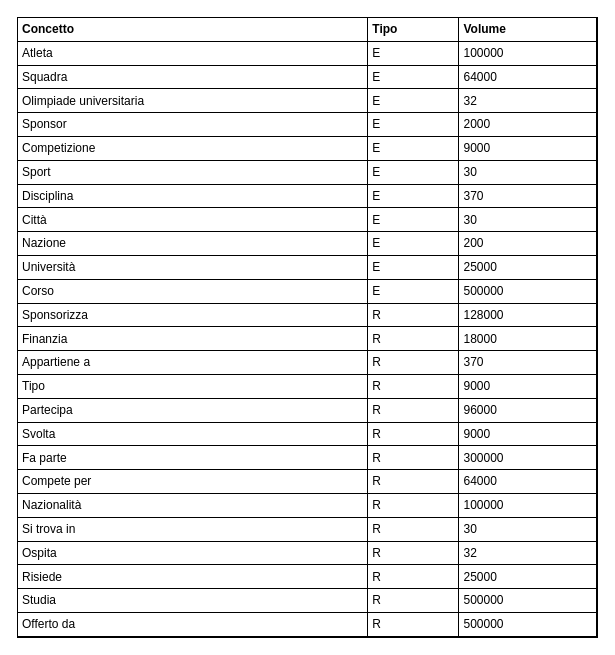
Before: page "Volumi" (4 of 6) of Olimpiadi studentesche.drawio in giovannivelludo/database-project, a draw.io diagram. Source tidied: cells renumbered, new cells numbered last; positions are measured from the earlier drawing's top-left corner, leaving out a move shared by most shapes. Both pictures are drawn from the tidied source at 100%, with x=0, y=0 at pixel (17, 17).
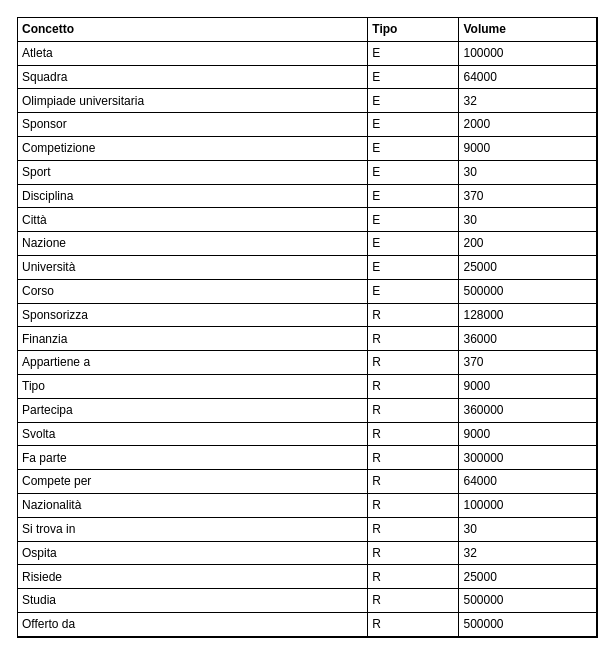
After the change.

Change to the diagram source:
```diff
@@
 <mxGraphModel>
   <root>
     <mxCell id="0" />
     <mxCell id="1" parent="0" />
-    <mxCell id="2" value="&lt;table style=&quot;width: 100% ; height: 100% ; border-collapse: collapse ; border: 1px solid rgb(0 , 0 , 0)&quot; width=&quot;100%&quot; cellpadding=&quot;4&quot; border=&quot;1&quot; align=&quot;left&quot;&gt;&lt;tbody&gt;&lt;tr style=&quot;color: rgb(255 , 255 , 255)&quot;&gt;&lt;th align=&quot;left&quot;&gt;&lt;span&gt;&lt;font color=&quot;#000000&quot;&gt;Concetto&lt;br&gt;&lt;/font&gt;&lt;/span&gt;&lt;/th&gt;&lt;th align=&quot;left&quot;&gt;&lt;span&gt;&lt;font color=&quot;#000000&quot;&gt;Tipo&lt;br&gt;&lt;/font&gt;&lt;/span&gt;&lt;/th&gt;&lt;td&gt;&lt;font color=&quot;#000000&quot;&gt;&lt;b&gt;Volume&lt;/b&gt;&lt;/font&gt;&lt;br&gt;&lt;/td&gt;&lt;/tr&gt;&lt;tr&gt;&lt;td&gt;&lt;span&gt;Atleta&lt;br&gt;&lt;/span&gt;&lt;/td&gt;&lt;td&gt;&lt;span&gt;E&lt;br&gt;&lt;/span&gt;&lt;/td&gt;&lt;td&gt;100000&lt;br&gt;&lt;/td&gt;&lt;/tr&gt;&lt;tr&gt;&lt;td&gt;&lt;span&gt;Squadra&lt;br&gt;&lt;/span&gt;&lt;/td&gt;&lt;td&gt;&lt;span&gt;E&lt;br&gt;&lt;/span&gt;&lt;/td&gt;&lt;td&gt;64000&lt;br&gt;&lt;/td&gt;&lt;/tr&gt;&lt;tr&gt;&lt;td&gt;&lt;span&gt;Olimpiade universitaria&lt;br&gt;&lt;/span&gt;&lt;/td&gt;&lt;td&gt;&lt;span&gt;E&lt;br&gt;&lt;/span&gt;&lt;/td&gt;&lt;td&gt;32&lt;br&gt;&lt;/td&gt;&lt;/tr&gt;&lt;tr&gt;&lt;td&gt;Sponsor&lt;br&gt;&lt;/td&gt;&lt;td&gt;E&lt;br&gt;&lt;/td&gt;&lt;td&gt;2000&lt;br&gt;&lt;/td&gt;&lt;/tr&gt;&lt;tr&gt;&lt;td&gt;&lt;span&gt;Competizione&lt;br&gt;&lt;/span&gt;&lt;/td&gt;&lt;td&gt;E&lt;br&gt;&lt;/td&gt;&lt;td&gt;9000&lt;br&gt;&lt;/td&gt;&lt;/tr&gt;&lt;tr&gt;&lt;td&gt;Sport&lt;br&gt;&lt;/td&gt;&lt;td&gt;&lt;span&gt;E&lt;/span&gt;&lt;br&gt;&lt;/td&gt;&lt;td&gt;30&lt;br&gt;&lt;/td&gt;&lt;/tr&gt;&lt;tr&gt;&lt;td&gt;Disciplina&lt;br&gt;&lt;/td&gt;&lt;td&gt;&lt;span&gt;E&lt;/span&gt;&lt;br&gt;&lt;/td&gt;&lt;td&gt;370&lt;br&gt;&lt;/td&gt;&lt;/tr&gt;&lt;tr&gt;&lt;td&gt;Città&lt;br&gt;&lt;/td&gt;&lt;td&gt;&lt;span&gt;E&lt;/span&gt;&lt;br&gt;&lt;/td&gt;&lt;td&gt;30&lt;br&gt;&lt;/td&gt;&lt;/tr&gt;&lt;tr&gt;&lt;td&gt;Nazione&lt;br&gt;&lt;/td&gt;&lt;td&gt;&lt;span&gt;E&lt;/span&gt;&lt;br&gt;&lt;/td&gt;&lt;td&gt;200&lt;br&gt;&lt;/td&gt;&lt;/tr&gt;&lt;tr&gt;&lt;td&gt;Università&lt;br&gt;&lt;/td&gt;&lt;td&gt;&lt;span&gt;E&lt;/span&gt;&lt;br&gt;&lt;/td&gt;&lt;td&gt;25000&lt;br&gt;&lt;/td&gt;&lt;/tr&gt;&lt;tr&gt;&lt;td&gt;Corso&lt;br&gt;&lt;/td&gt;&lt;td&gt;&lt;span&gt;E&lt;/span&gt;&lt;br&gt;&lt;/td&gt;&lt;td&gt;500000&lt;br&gt;&lt;/td&gt;&lt;/tr&gt;&lt;tr&gt;&lt;td&gt;Sponsorizza&lt;br&gt;&lt;/td&gt;&lt;td&gt;R&lt;br&gt;&lt;/td&gt;&lt;td&gt;128000&lt;br&gt;&lt;/td&gt;&lt;/tr&gt;&lt;tr&gt;&lt;td&gt;Finanzia&lt;br&gt;&lt;/td&gt;&lt;td&gt;R&lt;br&gt;&lt;/td&gt;&lt;td&gt;18000&lt;br&gt;&lt;/td&gt;&lt;/tr&gt;&lt;tr&gt;&lt;td&gt;Appartiene a&lt;br&gt;&lt;/td&gt;&lt;td&gt;R&lt;br&gt;&lt;/td&gt;&lt;td&gt;370&lt;br&gt;&lt;/td&gt;&lt;/tr&gt;&lt;tr&gt;&lt;td&gt;Tipo&lt;br&gt;&lt;/td&gt;&lt;td&gt;R&lt;br&gt;&lt;/td&gt;&lt;td&gt;9000&lt;br&gt;&lt;/td&gt;&lt;/tr&gt;&lt;tr&gt;&lt;td&gt;Partecipa&lt;br&gt;&lt;/td&gt;&lt;td&gt;R&lt;br&gt;&lt;/td&gt;&lt;td&gt;96000&lt;br&gt;&lt;/td&gt;&lt;/tr&gt;&lt;tr&gt;&lt;td&gt;Svolta&lt;br&gt;&lt;/td&gt;&lt;td&gt;R&lt;br&gt;&lt;/td&gt;&lt;td&gt;9000&lt;br&gt;&lt;/td&gt;&lt;/tr&gt;&lt;tr&gt;&lt;td&gt;Fa parte&lt;br&gt;&lt;/td&gt;&lt;td&gt;R&lt;br&gt;&lt;/td&gt;&lt;td&gt;300000&lt;/td&gt;&lt;/tr&gt;&lt;tr&gt;&lt;td&gt;Compete per&lt;br&gt;&lt;/td&gt;&lt;td&gt;R&lt;br&gt;&lt;/td&gt;&lt;td&gt;64000&lt;br&gt;&lt;/td&gt;&lt;/tr&gt;&lt;tr&gt;&lt;td&gt;Nazionalità&lt;br&gt;&lt;/td&gt;&lt;td&gt;R&lt;br&gt;&lt;/td&gt;&lt;td&gt;100000&lt;br&gt;&lt;/td&gt;&lt;/tr&gt;&lt;tr&gt;&lt;td&gt;Si trova in&lt;br&gt;&lt;/td&gt;&lt;td&gt;R&lt;br&gt;&lt;/td&gt;&lt;td&gt;30&lt;br&gt;&lt;/td&gt;&lt;/tr&gt;&lt;tr&gt;&lt;td&gt;Ospita&lt;br&gt;&lt;/td&gt;&lt;td&gt;R&lt;br&gt;&lt;/td&gt;&lt;td&gt;32&lt;br&gt;&lt;/td&gt;&lt;/tr&gt;&lt;tr&gt;&lt;td&gt;Risiede&lt;br&gt;&lt;/td&gt;&lt;td&gt;R&lt;br&gt;&lt;/td&gt;&lt;td&gt;25000&lt;br&gt;&lt;/td&gt;&lt;/tr&gt;&lt;tr&gt;&lt;td&gt;Studia&lt;br&gt;&lt;/td&gt;&lt;td&gt;R&lt;br&gt;&lt;/td&gt;&lt;td&gt;500000&lt;br&gt;&lt;/td&gt;&lt;/tr&gt;&lt;tr&gt;&lt;td&gt;Offerto da&lt;br&gt;&lt;/td&gt;&lt;td&gt;R&lt;br&gt;&lt;/td&gt;&lt;td&gt;500000&lt;/td&gt;&lt;/tr&gt;&lt;/tbody&gt;&lt;/table&gt;" style="text;html=1;strokeColor=#000000;fillColor=#ffffff;overflow=fill;rounded=0;" parent="1" vertex="1">
+    <mxCell id="2" value="&lt;table style=&quot;width: 100% ; height: 100% ; border-collapse: collapse ; border: 1px solid rgb(0 , 0 , 0)&quot; width=&quot;100%&quot; cellpadding=&quot;4&quot; border=&quot;1&quot; align=&quot;left&quot;&gt;&lt;tbody&gt;&lt;tr style=&quot;color: rgb(255 , 255 , 255)&quot;&gt;&lt;th align=&quot;left&quot;&gt;&lt;span&gt;&lt;font color=&quot;#000000&quot;&gt;Concetto&lt;br&gt;&lt;/font&gt;&lt;/span&gt;&lt;/th&gt;&lt;th align=&quot;left&quot;&gt;&lt;span&gt;&lt;font color=&quot;#000000&quot;&gt;Tipo&lt;br&gt;&lt;/font&gt;&lt;/span&gt;&lt;/th&gt;&lt;td&gt;&lt;font color=&quot;#000000&quot;&gt;&lt;b&gt;Volume&lt;/b&gt;&lt;/font&gt;&lt;br&gt;&lt;/td&gt;&lt;/tr&gt;&lt;tr&gt;&lt;td&gt;&lt;span&gt;Atleta&lt;br&gt;&lt;/span&gt;&lt;/td&gt;&lt;td&gt;&lt;span&gt;E&lt;br&gt;&lt;/span&gt;&lt;/td&gt;&lt;td&gt;100000&lt;br&gt;&lt;/td&gt;&lt;/tr&gt;&lt;tr&gt;&lt;td&gt;&lt;span&gt;Squadra&lt;br&gt;&lt;/span&gt;&lt;/td&gt;&lt;td&gt;&lt;span&gt;E&lt;br&gt;&lt;/span&gt;&lt;/td&gt;&lt;td&gt;64000&lt;br&gt;&lt;/td&gt;&lt;/tr&gt;&lt;tr&gt;&lt;td&gt;&lt;span&gt;Olimpiade universitaria&lt;br&gt;&lt;/span&gt;&lt;/td&gt;&lt;td&gt;&lt;span&gt;E&lt;br&gt;&lt;/span&gt;&lt;/td&gt;&lt;td&gt;32&lt;br&gt;&lt;/td&gt;&lt;/tr&gt;&lt;tr&gt;&lt;td&gt;Sponsor&lt;br&gt;&lt;/td&gt;&lt;td&gt;E&lt;br&gt;&lt;/td&gt;&lt;td&gt;2000&lt;br&gt;&lt;/td&gt;&lt;/tr&gt;&lt;tr&gt;&lt;td&gt;&lt;span&gt;Competizione&lt;br&gt;&lt;/span&gt;&lt;/td&gt;&lt;td&gt;E&lt;br&gt;&lt;/td&gt;&lt;td&gt;9000&lt;br&gt;&lt;/td&gt;&lt;/tr&gt;&lt;tr&gt;&lt;td&gt;Sport&lt;br&gt;&lt;/td&gt;&lt;td&gt;&lt;span&gt;E&lt;/span&gt;&lt;br&gt;&lt;/td&gt;&lt;td&gt;30&lt;br&gt;&lt;/td&gt;&lt;/tr&gt;&lt;tr&gt;&lt;td&gt;Disciplina&lt;br&gt;&lt;/td&gt;&lt;td&gt;&lt;span&gt;E&lt;/span&gt;&lt;br&gt;&lt;/td&gt;&lt;td&gt;370&lt;br&gt;&lt;/td&gt;&lt;/tr&gt;&lt;tr&gt;&lt;td&gt;Città&lt;br&gt;&lt;/td&gt;&lt;td&gt;&lt;span&gt;E&lt;/span&gt;&lt;br&gt;&lt;/td&gt;&lt;td&gt;30&lt;br&gt;&lt;/td&gt;&lt;/tr&gt;&lt;tr&gt;&lt;td&gt;Nazione&lt;br&gt;&lt;/td&gt;&lt;td&gt;&lt;span&gt;E&lt;/span&gt;&lt;br&gt;&lt;/td&gt;&lt;td&gt;200&lt;br&gt;&lt;/td&gt;&lt;/tr&gt;&lt;tr&gt;&lt;td&gt;Università&lt;br&gt;&lt;/td&gt;&lt;td&gt;&lt;span&gt;E&lt;/span&gt;&lt;br&gt;&lt;/td&gt;&lt;td&gt;25000&lt;br&gt;&lt;/td&gt;&lt;/tr&gt;&lt;tr&gt;&lt;td&gt;Corso&lt;br&gt;&lt;/td&gt;&lt;td&gt;&lt;span&gt;E&lt;/span&gt;&lt;br&gt;&lt;/td&gt;&lt;td&gt;500000&lt;br&gt;&lt;/td&gt;&lt;/tr&gt;&lt;tr&gt;&lt;td&gt;Sponsorizza&lt;br&gt;&lt;/td&gt;&lt;td&gt;R&lt;br&gt;&lt;/td&gt;&lt;td&gt;128000&lt;br&gt;&lt;/td&gt;&lt;/tr&gt;&lt;tr&gt;&lt;td&gt;Finanzia&lt;br&gt;&lt;/td&gt;&lt;td&gt;R&lt;br&gt;&lt;/td&gt;&lt;td&gt;36000&lt;br&gt;&lt;/td&gt;&lt;/tr&gt;&lt;tr&gt;&lt;td&gt;Appartiene a&lt;br&gt;&lt;/td&gt;&lt;td&gt;R&lt;br&gt;&lt;/td&gt;&lt;td&gt;370&lt;br&gt;&lt;/td&gt;&lt;/tr&gt;&lt;tr&gt;&lt;td&gt;Tipo&lt;br&gt;&lt;/td&gt;&lt;td&gt;R&lt;br&gt;&lt;/td&gt;&lt;td&gt;9000&lt;br&gt;&lt;/td&gt;&lt;/tr&gt;&lt;tr&gt;&lt;td&gt;Partecipa&lt;br&gt;&lt;/td&gt;&lt;td&gt;R&lt;br&gt;&lt;/td&gt;&lt;td&gt;360000&lt;br&gt;&lt;/td&gt;&lt;/tr&gt;&lt;tr&gt;&lt;td&gt;Svolta&lt;br&gt;&lt;/td&gt;&lt;td&gt;R&lt;br&gt;&lt;/td&gt;&lt;td&gt;9000&lt;br&gt;&lt;/td&gt;&lt;/tr&gt;&lt;tr&gt;&lt;td&gt;Fa parte&lt;br&gt;&lt;/td&gt;&lt;td&gt;R&lt;br&gt;&lt;/td&gt;&lt;td&gt;300000&lt;/td&gt;&lt;/tr&gt;&lt;tr&gt;&lt;td&gt;Compete per&lt;br&gt;&lt;/td&gt;&lt;td&gt;R&lt;br&gt;&lt;/td&gt;&lt;td&gt;64000&lt;br&gt;&lt;/td&gt;&lt;/tr&gt;&lt;tr&gt;&lt;td&gt;Nazionalità&lt;br&gt;&lt;/td&gt;&lt;td&gt;R&lt;br&gt;&lt;/td&gt;&lt;td&gt;100000&lt;br&gt;&lt;/td&gt;&lt;/tr&gt;&lt;tr&gt;&lt;td&gt;Si trova in&lt;br&gt;&lt;/td&gt;&lt;td&gt;R&lt;br&gt;&lt;/td&gt;&lt;td&gt;30&lt;br&gt;&lt;/td&gt;&lt;/tr&gt;&lt;tr&gt;&lt;td&gt;Ospita&lt;br&gt;&lt;/td&gt;&lt;td&gt;R&lt;br&gt;&lt;/td&gt;&lt;td&gt;32&lt;br&gt;&lt;/td&gt;&lt;/tr&gt;&lt;tr&gt;&lt;td&gt;Risiede&lt;br&gt;&lt;/td&gt;&lt;td&gt;R&lt;br&gt;&lt;/td&gt;&lt;td&gt;25000&lt;br&gt;&lt;/td&gt;&lt;/tr&gt;&lt;tr&gt;&lt;td&gt;Studia&lt;br&gt;&lt;/td&gt;&lt;td&gt;R&lt;br&gt;&lt;/td&gt;&lt;td&gt;500000&lt;br&gt;&lt;/td&gt;&lt;/tr&gt;&lt;tr&gt;&lt;td&gt;Offerto da&lt;br&gt;&lt;/td&gt;&lt;td&gt;R&lt;br&gt;&lt;/td&gt;&lt;td&gt;500000&lt;/td&gt;&lt;/tr&gt;&lt;/tbody&gt;&lt;/table&gt;" style="text;html=1;strokeColor=#000000;fillColor=#ffffff;overflow=fill;rounded=0;" parent="1" vertex="1">
       <mxGeometry width="580" height="620" as="geometry" />
     </mxCell>
   </root>
 </mxGraphModel>
```
